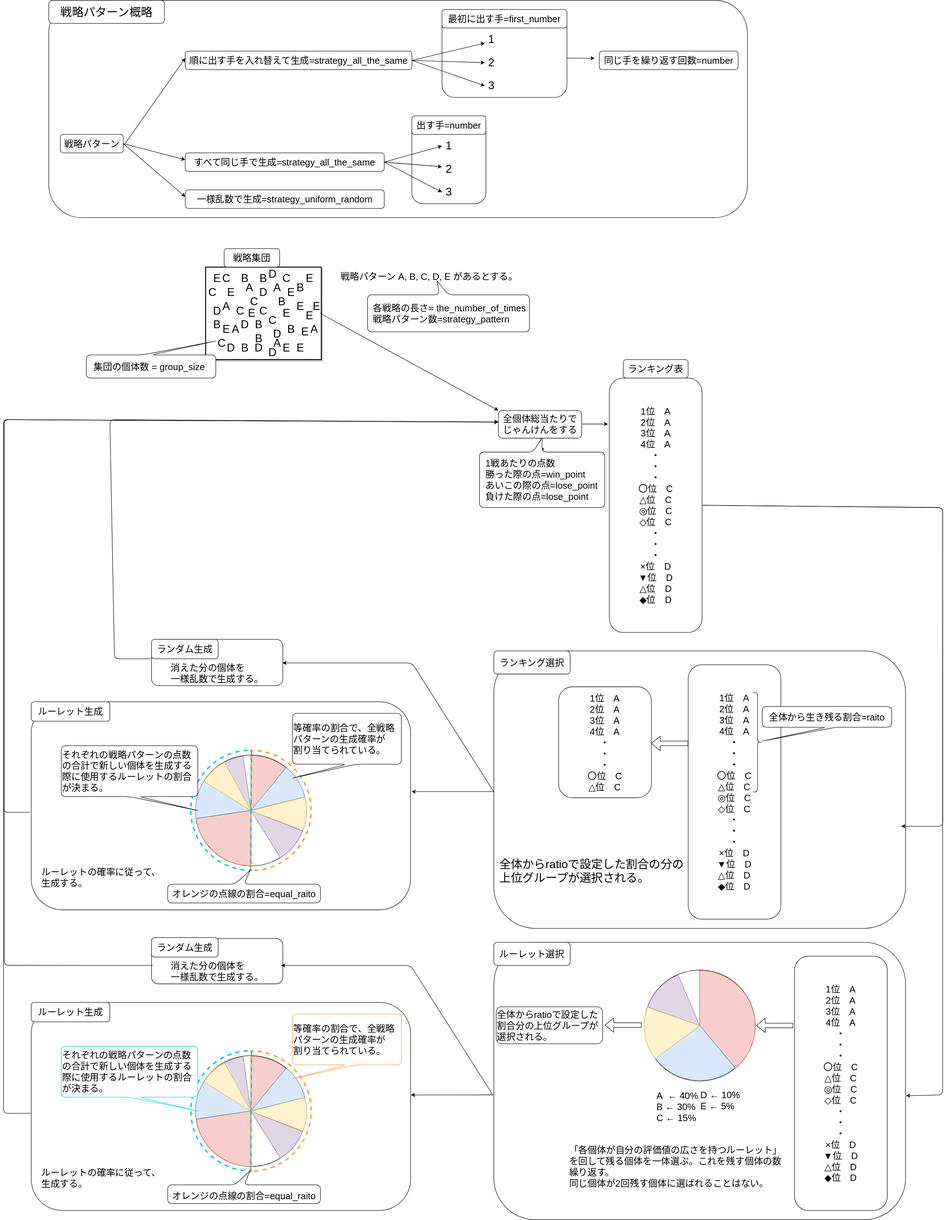
Above: public/map.svg in Myxogastria0808/janken-document (draw.io), before the change. Source tidied: cells renumbered, new cells last; positions are measured from the earlier drawing's top-left corner, leaving out a move shared by most shapes.
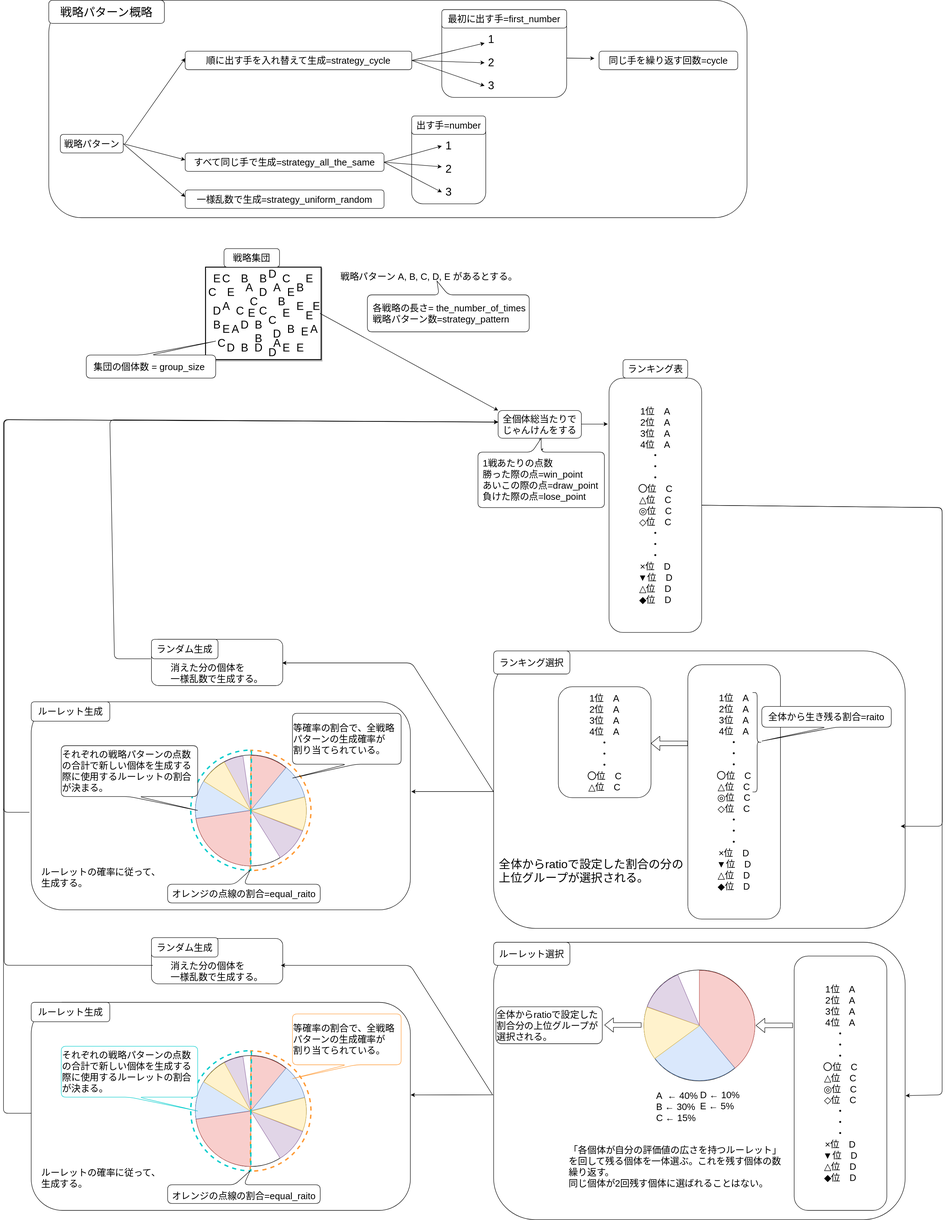
The same diagram one commit later.

Diff of the diagram source:
```diff
@@ -47,10 +47,10 @@
       <mxGeometry x="787" y="607" width="350" height="110" as="geometry" />
     </mxCell>
     <mxCell id="16" style="shape=callout;whiteSpace=wrap;html=1;perimeter=calloutPerimeter;rounded=1;glass=0;strokeColor=default;fontFamily=Helvetica;fontSize=12;fontColor=default;fillColor=default;rotation=-180;" parent="1" vertex="1">
-      <mxGeometry x="1029" y="947" width="270.6" height="150" as="geometry" />
+      <mxGeometry x="1026.2" y="947" width="273.4" height="150" as="geometry" />
     </mxCell>
-    <mxCell id="17" value="&lt;font style=&quot;font-size: 20px;&quot;&gt;1戦あたりの点数&lt;br&gt;勝った際の点=win_point&lt;br style=&quot;border-color: var(--border-color); background-color: rgb(255, 255, 255);&quot;&gt;&lt;span style=&quot;background-color: rgb(255, 255, 255);&quot;&gt;あいこの際の点=lose_point&lt;/span&gt;&lt;br style=&quot;border-color: var(--border-color); background-color: rgb(255, 255, 255);&quot;&gt;&lt;span style=&quot;background-color: rgb(255, 255, 255);&quot;&gt;負けた際の点=lose_point&lt;/span&gt;&lt;/font&gt;" style="rounded=1;whiteSpace=wrap;html=1;glass=0;strokeColor=none;fontFamily=Helvetica;fontSize=12;fontColor=default;fillColor=none;align=left;verticalAlign=middle;horizontal=1;" parent="1" vertex="1">
-      <mxGeometry x="1040" y="987" width="250" height="100" as="geometry" />
+    <mxCell id="17" value="&lt;font style=&quot;font-size: 20px;&quot;&gt;1戦あたりの点数&lt;br&gt;勝った際の点=win_point&lt;br style=&quot;border-color: var(--border-color); background-color: rgb(255, 255, 255);&quot;&gt;&lt;span style=&quot;background-color: rgb(255, 255, 255);&quot;&gt;あいこの際の点=draw_point&lt;/span&gt;&lt;br style=&quot;border-color: var(--border-color); background-color: rgb(255, 255, 255);&quot;&gt;&lt;span style=&quot;background-color: rgb(255, 255, 255);&quot;&gt;負けた際の点=lose_point&lt;/span&gt;&lt;/font&gt;" style="rounded=1;whiteSpace=wrap;html=1;glass=0;strokeColor=none;fontFamily=Helvetica;fontSize=12;fontColor=default;fillColor=none;align=left;verticalAlign=middle;horizontal=1;" parent="1" vertex="1">
+      <mxGeometry x="1035" y="987" width="255" height="100" as="geometry" />
     </mxCell>
     <mxCell id="18" style="group;rounded=1;" parent="1" vertex="1">
       <mxGeometry x="98" width="1510" height="470" as="geometry" />
@@ -96,7 +96,7 @@
         <mxPoint x="849.8" y="360" as="targetPoint" />
       </mxGeometry>
     </mxCell>
-    <mxCell id="31" value="&lt;font style=&quot;font-size: 20px;&quot;&gt;順に出す手を入れ替えて生成=strategy_all_the_same&lt;/font&gt;" style="rounded=1;whiteSpace=wrap;html=1;glass=0;strokeColor=default;fontFamily=Helvetica;fontSize=12;fontColor=default;fillColor=default;" parent="18" vertex="1">
+    <mxCell id="31" value="&lt;font style=&quot;font-size: 20px;&quot;&gt;順に出す手を入れ替えて生成=strategy_cycle&lt;/font&gt;" style="rounded=1;whiteSpace=wrap;html=1;glass=0;strokeColor=default;fontFamily=Helvetica;fontSize=12;fontColor=default;fillColor=default;" parent="18" vertex="1">
       <mxGeometry x="295" y="110" width="490" height="40" as="geometry" />
     </mxCell>
     <mxCell id="32" style="rounded=1;whiteSpace=wrap;html=1;glass=0;strokeColor=default;fontFamily=Helvetica;fontSize=12;fontColor=default;fillColor=default;" parent="18" vertex="1">
@@ -125,7 +125,7 @@
         <mxPoint x="784.8" y="130" as="sourcePoint" />
       </mxGeometry>
     </mxCell>
-    <mxCell id="40" value="&lt;font style=&quot;font-size: 20px;&quot;&gt;同じ手を繰り返す回数=number&lt;/font&gt;" style="rounded=1;whiteSpace=wrap;html=1;glass=0;strokeColor=default;fontFamily=Helvetica;fontSize=12;fontColor=default;fillColor=default;" parent="18" vertex="1">
+    <mxCell id="40" value="&lt;font style=&quot;font-size: 20px;&quot;&gt;同じ手を繰り返す回数=cycle&lt;/font&gt;" style="rounded=1;whiteSpace=wrap;html=1;glass=0;strokeColor=default;fontFamily=Helvetica;fontSize=12;fontColor=default;fillColor=default;" parent="18" vertex="1">
       <mxGeometry x="1190" y="110" width="300" height="40" as="geometry" />
     </mxCell>
     <mxCell id="41" style="endArrow=classic;html=1;rounded=1;fontFamily=Helvetica;fontSize=12;fontColor=default;exitX=1;exitY=0.5;exitDx=0;exitDy=0;" parent="18" edge="1">
```
